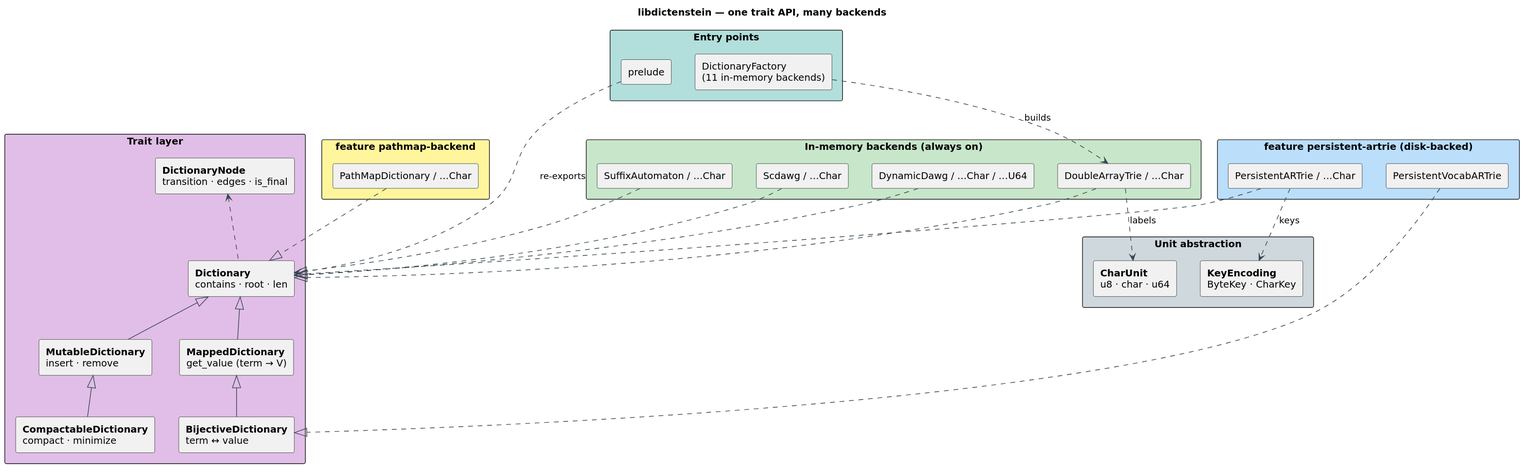
vinary-tree/libdictenstein keeps this PlantUML diagram as docs/diagrams/architecture.svg. Above is the earlier version.
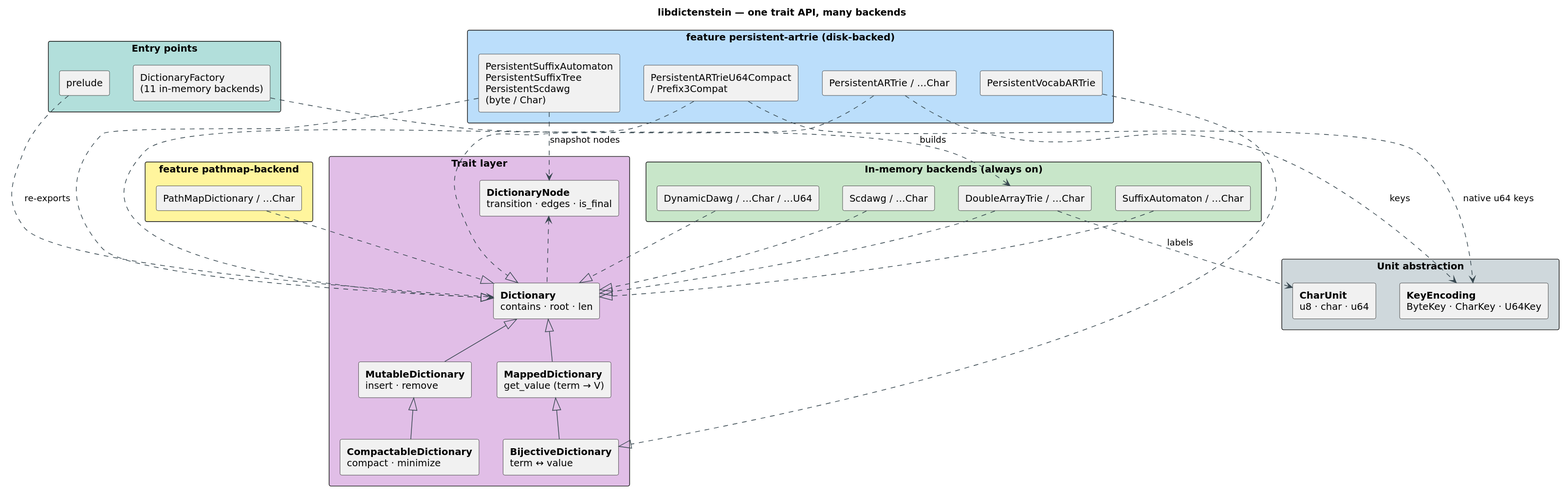
Above is the later version.

What changed in the source:
```diff
@@ -20,7 +20,7 @@
 
 package "Unit abstraction" #CFD8DC {
   rectangle "**CharUnit**\nu8 · char · u64" as CU
-  rectangle "**KeyEncoding**\nByteKey · CharKey" as KE
+  rectangle "**KeyEncoding**\nByteKey · CharKey · U64Key" as KE
 }
 
 package "In-memory backends (always on)" #C8E6C9 {
@@ -36,7 +36,9 @@
 
 package "feature persistent-artrie (disk-backed)" #BBDEFB {
   rectangle "PersistentARTrie / …Char" as PA
+  rectangle "PersistentARTrieU64Compact\n/ Prefix3Compat" as PU64
   rectangle "PersistentVocabARTrie" as PV
+  rectangle "PersistentSuffixAutomaton\nPersistentSuffixTree\nPersistentScdawg\n(byte / Char)" as PSG
 }
 
 package "Entry points" #B2DFDB {
@@ -50,10 +52,14 @@
 SC  ..|> Dict
 PM  ..|> Dict
 PA  ..|> Dict
+PU64 ..|> Dict
 PV  ..|> Bij
+PSG ..|> Dict
+PSG ..> Node : snapshot nodes
 Node <.. Dict
 DAT ..> CU  : labels
 PA  ..> KE  : keys
+PU64 ..> KE : native u64 keys
 Fac ..> DAT : builds
 Pre ..> Dict : re-exports
 @enduml
```
